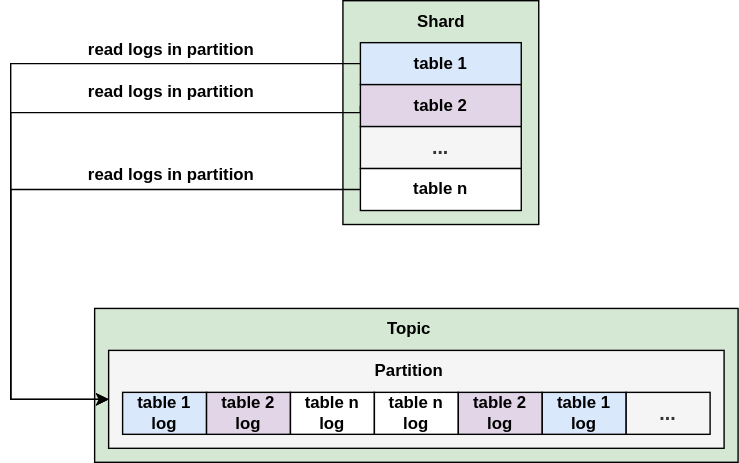
Above: kafkawal.drawio.svg in Rachelint/drawio-store (draw.io), before the change. Source tidied: cells renumbered, new cells last; positions are measured from the earlier drawing's top-left corner, leaving out a move shared by most shapes.
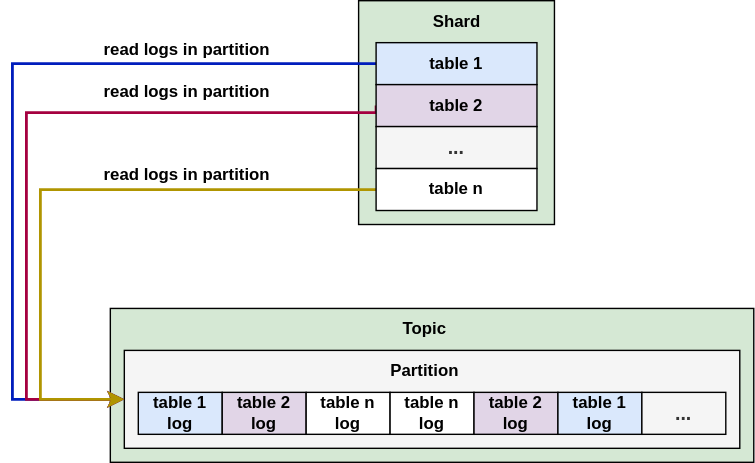
Above is the later version.

Diff of the diagram source:
```diff
@@ -41,18 +41,18 @@
     <mxCell id="14" value="read logs in partition" style="text;html=1;strokeColor=none;fillColor=none;align=center;verticalAlign=middle;whiteSpace=wrap;rounded=0;fontStyle=1;" parent="1" vertex="1">
       <mxGeometry x="40" y="20" width="150" height="30" as="geometry" />
     </mxCell>
-    <mxCell id="15" style="edgeStyle=orthogonalEdgeStyle;rounded=0;jettySize=auto;html=1;exitX=0;exitY=0.5;exitDx=0;exitDy=0;entryX=0;entryY=0.5;entryDx=0;entryDy=0;fontStyle=1;" parent="1" edge="1" source="16" target="4">
+    <mxCell id="15" style="edgeStyle=orthogonalEdgeStyle;rounded=0;jettySize=auto;html=1;exitX=0;exitY=0.5;exitDx=0;exitDy=0;entryX=0;entryY=0.5;entryDx=0;entryDy=0;fontStyle=1;fillColor=#0050ef;strokeColor=#001DBC;strokeWidth=2;" parent="1" edge="1" source="16" target="4">
       <mxGeometry relative="1" as="geometry">
         <Array as="points">
-          <mxPoint y="45" />
-          <mxPoint y="285" />
+          <mxPoint x="-10" y="45" />
+          <mxPoint x="-10" y="285" />
         </Array>
       </mxGeometry>
     </mxCell>
     <mxCell id="16" value="table 1" style="rounded=0;whiteSpace=wrap;html=1;fillColor=#dae8fc;strokeColor=#000000;fontStyle=1;" parent="1" vertex="1">
       <mxGeometry x="250" y="30" width="115" height="30" as="geometry" />
     </mxCell>
-    <mxCell id="17" style="edgeStyle=orthogonalEdgeStyle;rounded=0;jettySize=auto;html=1;exitX=0;exitY=0.5;exitDx=0;exitDy=0;entryX=0;entryY=0.5;entryDx=0;entryDy=0;fontStyle=1;" parent="1" edge="1" source="18" target="4">
+    <mxCell id="17" style="edgeStyle=orthogonalEdgeStyle;rounded=0;jettySize=auto;html=1;exitX=0;exitY=0.5;exitDx=0;exitDy=0;entryX=0;entryY=0.5;entryDx=0;entryDy=0;fontStyle=1;fillColor=#d80073;strokeColor=#A50040;strokeWidth=2;" parent="1" edge="1" source="18" target="4">
       <mxGeometry relative="1" as="geometry">
         <Array as="points">
           <mxPoint y="80" />
@@ -66,11 +66,11 @@
     <mxCell id="19" value="&lt;font style=&quot;font-size: 14px;&quot;&gt;&lt;span&gt;...&lt;/span&gt;&lt;/font&gt;" style="rounded=0;whiteSpace=wrap;html=1;fillColor=#f5f5f5;strokeColor=#000000;fontColor=#333333;fontStyle=1;" parent="1" vertex="1">
       <mxGeometry x="250" y="90" width="115" height="30" as="geometry" />
     </mxCell>
-    <mxCell id="20" style="edgeStyle=orthogonalEdgeStyle;rounded=0;jettySize=auto;html=1;exitX=0;exitY=0.5;exitDx=0;exitDy=0;entryX=0;entryY=0.5;entryDx=0;entryDy=0;strokeColor=#000000;fontStyle=1;" parent="1" edge="1" source="21" target="4">
+    <mxCell id="20" style="edgeStyle=orthogonalEdgeStyle;rounded=0;jettySize=auto;html=1;exitX=0;exitY=0.5;exitDx=0;exitDy=0;entryX=0;entryY=0.5;entryDx=0;entryDy=0;strokeColor=#B09500;fontStyle=1;fillColor=#e3c800;strokeWidth=2;" parent="1" edge="1" source="21" target="4">
       <mxGeometry relative="1" as="geometry">
         <Array as="points">
-          <mxPoint y="135" />
-          <mxPoint y="285" />
+          <mxPoint x="10" y="135" />
+          <mxPoint x="10" y="285" />
         </Array>
       </mxGeometry>
     </mxCell>
```
